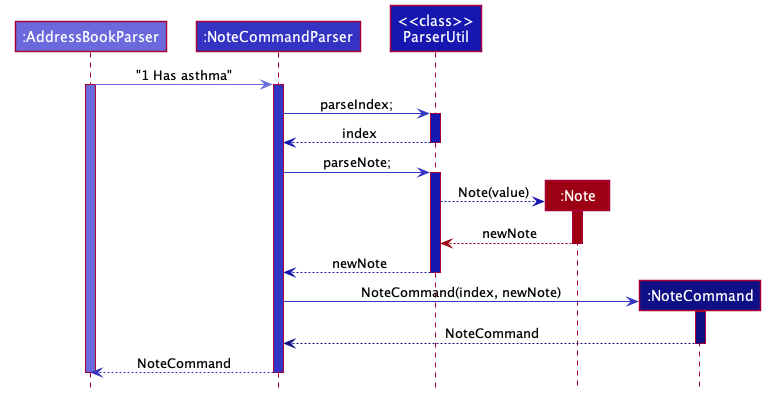
nus-cs2103-AY2122S1/tp keeps this PlantUML diagram as docs/images/NoteCommandParserSequenceDiagram.png. Above is the earlier version.
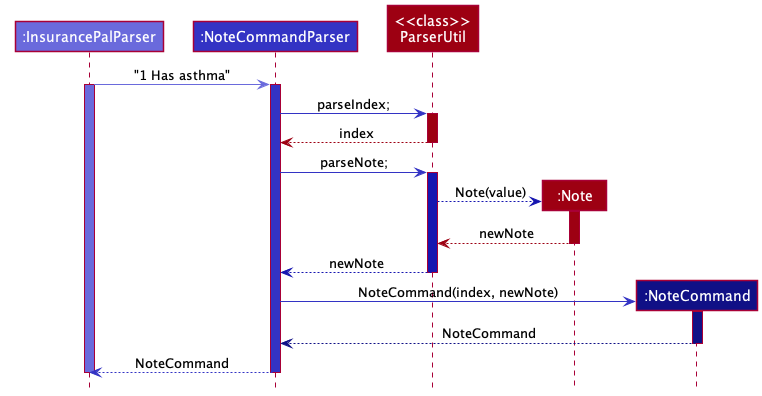
Above is the later version.

Commit message:
Change addressbook to insurancepal in note parser sequence diagram

Change to the diagram source:
```diff
@@ -1,20 +1,20 @@
 @startuml
 !include style.puml
 
-Participant ":AddressBookParser" as addressBookParser LOGIC_COLOR_T2
+Participant ":InsurancePalParser" as insurancePalParser LOGIC_COLOR_T2
 Participant ":NoteCommandParser" as NoteCommandParser LOGIC_COLOR
-Participant "<<class>>\nParserUtil" as util LOGIC_COLOR_T3
+Participant "<<class>>\nParserUtil" as util MODEL_COLOR
 Participant ":Note" as note MODEL_COLOR
 Participant ":NoteCommand" as command LOGIC_COLOR_T4
 
-addressBookParser -[LOGIC_COLOR_T2]> NoteCommandParser :"1 Has asthma"
-activate addressBookParser LOGIC_COLOR_T2
+insurancePalParser -[LOGIC_COLOR_T2]> NoteCommandParser :"1 Has asthma"
+activate insurancePalParser LOGIC_COLOR_T2
 activate NoteCommandParser LOGIC_COLOR
 
 NoteCommandParser -[LOGIC_COLOR]> util :parseIndex;
-activate util LOGIC_COLOR_T3
+activate util MODEL_COLOR
 
-util -[LOGIC_COLOR_T3]-> NoteCommandParser :index
+util -[MODEL_COLOR]-> NoteCommandParser :index
 deactivate util
 
 NoteCommandParser -[LOGIC_COLOR]> util :parseNote;
@@ -37,9 +37,9 @@
 command -[LOGIC_COLOR_T4]-> NoteCommandParser :NoteCommand
 deactivate command
 
-NoteCommandParser -[LOGIC_COLOR]-> addressBookParser :NoteCommand
+NoteCommandParser -[LOGIC_COLOR]-> insurancePalParser :NoteCommand
 deactivate NoteCommandParser
 
-deactivate addressBookParser
+deactivate insurancePalParser
 
 @enduml
```
